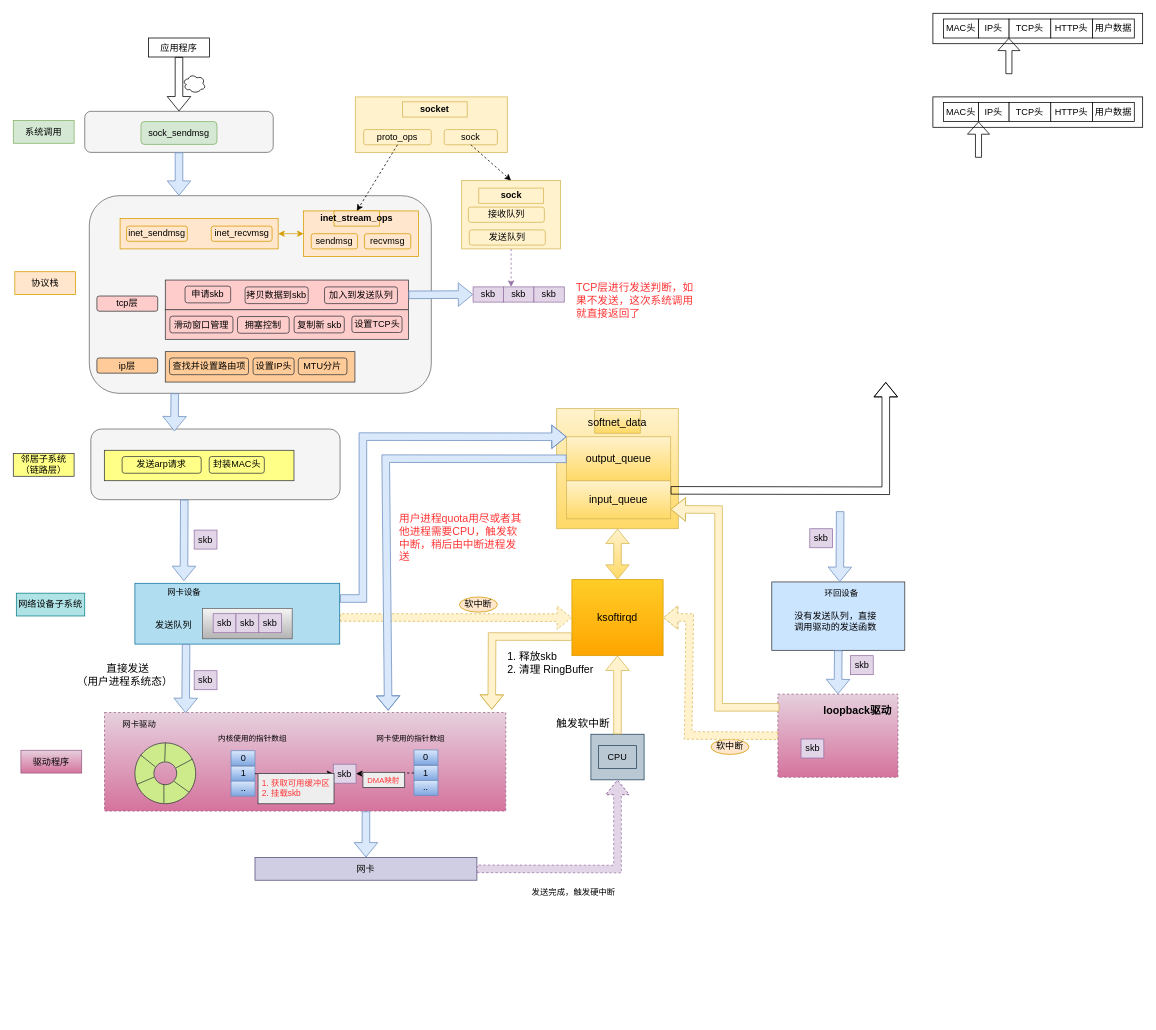
Before: page "网络包发送" (2 of 2) of 图解网络.drawio in JianHao-Chen/UML, a draw.io diagram. Source tidied: cells renumbered, new cells numbered last; positions are measured from the earlier drawing's top-left corner, leaving out a move shared by most shapes. Both pictures are drawn from the tidied source at 76%, with x=0, y=0 at pixel (13, 13).
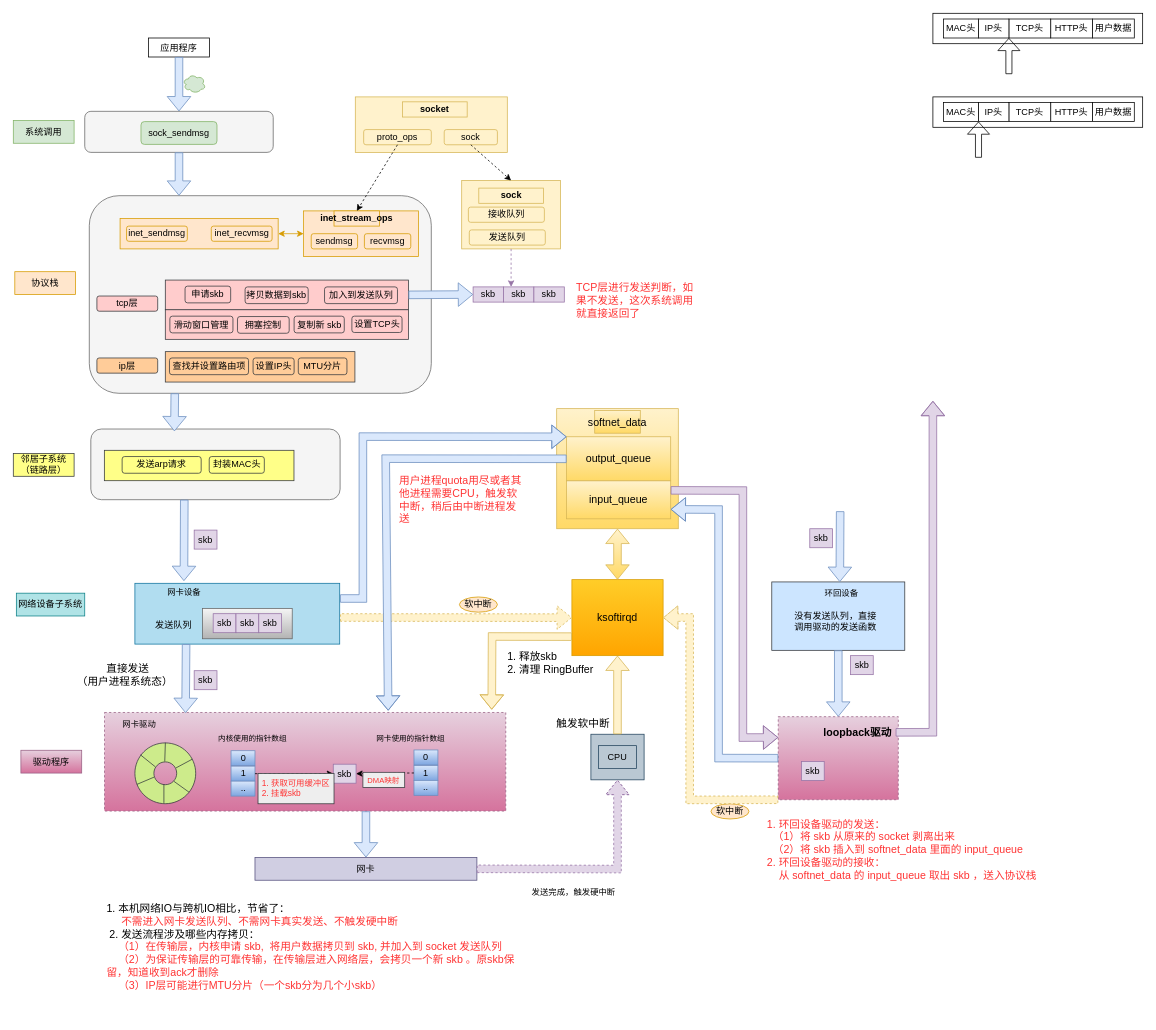
Above is the later version.

Commit message:
更新图解网络.drawio

The change refers to these unchanged cells:
```xml
<mxCell id="6" style="rounded=1;whiteSpace=wrap;html=1;fontSize=14;fillColor=#f5f5f5;fontColor=#333333;strokeColor=#666666;" parent="1" vertex="1">
  <mxGeometry x="94" y="129" width="248" height="54" as="geometry" />
</mxCell>
<mxCell id="12" value="&lt;font style=&quot;font-size: 12px;&quot;&gt;应用程序&lt;/font&gt;" style="rounded=0;whiteSpace=wrap;html=1;strokeWidth=1;fontSize=14;" parent="1" vertex="1">
  <mxGeometry x="178" y="32.5" width="80" height="25" as="geometry" />
</mxCell>
<mxCell id="76" value="&lt;font style=&quot;font-size: 14px;&quot;&gt;ksoftirqd&lt;/font&gt;" style="rounded=0;whiteSpace=wrap;html=1;strokeWidth=1;fontSize=12;fillColor=#ffcd28;strokeColor=#d79b00;gradientColor=#ffa500;" parent="1" vertex="1">
  <mxGeometry x="735" y="745.2" width="120" height="100" as="geometry" />
</mxCell>
<mxCell id="104" value="&lt;font style=&quot;font-size: 14px;&quot;&gt;input_queue&lt;/font&gt;" style="rounded=0;whiteSpace=wrap;html=1;strokeWidth=1;fontSize=12;fillColor=#fff2cc;gradientColor=#ffd966;strokeColor=#d6b656;" parent="1" vertex="1">
  <mxGeometry x="728" y="615.2" width="137" height="50" as="geometry" />
</mxCell>
```

The edit, as a diff of the source:
```diff
@@
     <mxCell id="8" style="rounded=0;whiteSpace=wrap;html=1;strokeWidth=1;fontSize=11;dashed=1;fillColor=#e6d0de;strokeColor=#996185;gradientColor=#d5739d;" parent="1" vertex="1">
-      <mxGeometry x="1006" y="895.9" width="158" height="109.3" as="geometry" />
+      <mxGeometry x="1006.5" y="925.5" width="158" height="109.3" as="geometry" />
     </mxCell>
@@
-    <mxCell id="13" style="ellipse;shape=cloud;whiteSpace=wrap;html=1;strokeWidth=1;fontSize=12;" parent="1" vertex="1">
+    <mxCell id="13" style="ellipse;shape=cloud;whiteSpace=wrap;html=1;strokeWidth=1;fontSize=12;fillColor=#d5e8d4;strokeColor=#82b366;" parent="1" vertex="1">
       <mxGeometry x="223" y="80" width="30" height="25" as="geometry" />
     </mxCell>
@@
     <mxCell id="105" value="skb" style="rounded=0;whiteSpace=wrap;html=1;strokeWidth=1;fontSize=12;fillColor=#e1d5e7;strokeColor=#9673a6;" parent="1" vertex="1">
-      <mxGeometry x="1036.5" y="954.9" width="30" height="25" as="geometry" />
+      <mxGeometry x="1037" y="984.5" width="30" height="25" as="geometry" />
     </mxCell>
     <mxCell id="106" value="&lt;b&gt;&lt;font style=&quot;font-size: 14px;&quot;&gt;loopback驱动&lt;/font&gt;&lt;/b&gt;" style="text;html=1;strokeColor=none;fillColor=none;align=center;verticalAlign=middle;whiteSpace=wrap;rounded=0;" parent="1" vertex="1">
-      <mxGeometry x="1060.5" y="901.6" width="100" height="30" as="geometry" />
+      <mxGeometry x="1061" y="931.1" width="100" height="30" as="geometry" />
     </mxCell>
@@
     <mxCell id="109" value="软中断" style="ellipse;whiteSpace=wrap;html=1;strokeWidth=1;fontSize=12;fillColor=#ffe6cc;strokeColor=#d79b00;" parent="1" vertex="1">
-      <mxGeometry x="918" y="955.2" width="50" height="20" as="geometry" />
+      <mxGeometry x="918" y="1040.1" width="50" height="20" as="geometry" />
     </mxCell>
@@
-    <mxCell id="120" style="shape=flexArrow;endArrow=classic;html=1;rounded=0;fontSize=14;entryX=1;entryY=0.75;entryDx=0;entryDy=0;fillColor=#fff2cc;strokeColor=#d6b656;" parent="1" edge="1" target="104">
+    <mxCell id="120" style="shape=flexArrow;endArrow=classic;html=1;rounded=0;fontSize=14;entryX=1;entryY=0.75;entryDx=0;entryDy=0;fillColor=#dae8fc;strokeColor=#6c8ebf;exitX=0;exitY=0.5;exitDx=0;exitDy=0;" parent="1" edge="1" source="8" target="104">
       <mxGeometry relative="1" as="geometry">
-        <mxPoint x="1008" y="913.2" as="sourcePoint" />
         <Array as="points">
-          <mxPoint x="928" y="913.2" />
+          <mxPoint x="928" y="980" />
           <mxPoint x="928" y="653" />
         </Array>
       </mxGeometry>
     </mxCell>
-    <mxCell id="121" style="shape=flexArrow;endArrow=classic;html=1;rounded=0;fontSize=14;exitX=0;exitY=0.5;exitDx=0;exitDy=0;entryX=1;entryY=0.5;entryDx=0;entryDy=0;dashed=1;fillColor=#fff2cc;strokeColor=#d6b656;" parent="1" edge="1" source="8" target="76">
+    <mxCell id="121" style="shape=flexArrow;endArrow=classic;html=1;rounded=0;fontSize=14;exitX=0;exitY=1;exitDx=0;exitDy=0;entryX=1;entryY=0.5;entryDx=0;entryDy=0;dashed=1;fillColor=#fff2cc;strokeColor=#d6b656;" parent="1" edge="1" source="8" target="76">
       <mxGeometry relative="1" as="geometry">
         <Array as="points">
-          <mxPoint x="888" y="950.2" />
+          <mxPoint x="890" y="1035" />
           <mxPoint x="890" y="795" />
         </Array>
       </mxGeometry>
     </mxCell>
@@
-    <mxCell id="124" style="shape=flexArrow;endArrow=classic;html=1;rounded=0;fontSize=14;exitX=1;exitY=0.25;exitDx=0;exitDy=0;" parent="1" edge="1" source="104">
+    <mxCell id="124" style="shape=flexArrow;endArrow=classic;html=1;rounded=0;fontSize=14;exitX=1;exitY=0.25;exitDx=0;exitDy=0;entryX=0;entryY=0.25;entryDx=0;entryDy=0;fillColor=#e1d5e7;strokeColor=#9673a6;" parent="1" edge="1" source="104" target="8">
       <mxGeometry relative="1" as="geometry">
-        <mxPoint x="1148" y="485.2" as="targetPoint" />
         <Array as="points">
-          <mxPoint x="1148" y="628.2" />
+          <mxPoint x="960" y="628" />
+          <mxPoint x="960" y="953" />
         </Array>
       </mxGeometry>
     </mxCell>
@@
-    <mxCell id="132" style="shape=flexArrow;endArrow=classic;html=1;rounded=0;fontSize=14;exitX=0.5;exitY=1;exitDx=0;exitDy=0;entryX=0.5;entryY=0;entryDx=0;entryDy=0;" parent="1" edge="1" source="12" target="6">
+    <mxCell id="132" style="shape=flexArrow;endArrow=classic;html=1;rounded=0;fontSize=14;exitX=0.5;exitY=1;exitDx=0;exitDy=0;entryX=0.5;entryY=0;entryDx=0;entryDy=0;fillColor=#dae8fc;strokeColor=#6c8ebf;" parent="1" edge="1" source="12" target="6">
       <mxGeometry relative="1" as="geometry" />
     </mxCell>
@@
     <mxCell id="137" value="&lt;div style=&quot;&quot;&gt;&lt;font color=&quot;#ff3333&quot;&gt;用户进程quota用尽或者其他进程需要CPU，触发软中断，稍后由中断进程发送&lt;/font&gt;&lt;/div&gt;" style="text;html=1;strokeColor=none;fillColor=none;align=left;verticalAlign=middle;whiteSpace=wrap;rounded=0;fontSize=14;" parent="1" vertex="1">
-      <mxGeometry x="505.5" y="665.2" width="168" height="50" as="geometry" />
+      <mxGeometry x="505.5" y="615" width="168" height="50" as="geometry" />
     </mxCell>
@@
+    <mxCell id="141" style="shape=flexArrow;endArrow=classic;html=1;rounded=0;fontFamily=Helvetica;fontSize=14;fontColor=#FF3333;exitX=1;exitY=0.5;exitDx=0;exitDy=0;fillColor=#e1d5e7;strokeColor=#9673a6;" parent="1" edge="1" source="106">
+      <mxGeometry relative="1" as="geometry">
+        <mxPoint x="1210" y="510" as="targetPoint" />
+        <Array as="points">
+          <mxPoint x="1210" y="946" />
+        </Array>
+      </mxGeometry>
+    </mxCell>
+    <mxCell id="142" value="&lt;div style=&quot;&quot;&gt;&lt;span style=&quot;color: rgb(255, 51, 51); background-color: initial;&quot;&gt;1. 环回设备驱动的发送：&lt;/span&gt;&lt;br&gt;&lt;/div&gt;&lt;div style=&quot;&quot;&gt;&lt;font color=&quot;#ff3333&quot;&gt;&amp;nbsp; （1）将 skb 从原来的 socket 剥离出来&lt;br&gt;&amp;nbsp; （2）将 skb 插入到 softnet_data 里面的 input_queue&lt;br&gt;2. 环回设备驱动的接收：&lt;br&gt;&amp;nbsp; &amp;nbsp; 从 softnet_data 的 input_queue 取出 skb ，送入协议栈&lt;br&gt;&lt;/font&gt;&lt;/div&gt;" style="text;html=1;strokeColor=none;fillColor=none;align=left;verticalAlign=middle;whiteSpace=wrap;rounded=0;fontSize=14;" parent="1" vertex="1">
+      <mxGeometry x="990" y="1050.3" width="367" height="99.7" as="geometry" />
+    </mxCell>
+    <mxCell id="143" value="&lt;div style=&quot;&quot;&gt;&lt;font color=&quot;#000000&quot;&gt;&lt;span style=&quot;background-color: initial;&quot;&gt;1.&amp;nbsp;&lt;/span&gt;&lt;span style=&quot;background-color: initial;&quot;&gt;本机网络IO与跨机IO相比，节省了：&lt;/span&gt;&lt;/font&gt;&lt;/div&gt;&lt;div style=&quot;&quot;&gt;&lt;span style=&quot;background-color: initial;&quot;&gt;&amp;nbsp; &amp;nbsp; &amp;nbsp;不需进入网卡发送队列、不需网卡真实发送、不触发硬中断&lt;/span&gt;&lt;/div&gt;&lt;div style=&quot;&quot;&gt;&lt;span style=&quot;background-color: initial;&quot;&gt;&amp;nbsp;&lt;font color=&quot;#000000&quot;&gt;2. 发送流程涉及哪些内存拷贝：&lt;/font&gt;&lt;/span&gt;&lt;/div&gt;&lt;div style=&quot;&quot;&gt;&lt;span style=&quot;background-color: initial;&quot;&gt;&amp;nbsp; &amp;nbsp; （1）在传输层，内核申请 skb,&amp;nbsp; 将用户数据拷贝到 skb, 并加入到 socket 发送队列&lt;/span&gt;&lt;/div&gt;&lt;div style=&quot;&quot;&gt;&lt;span style=&quot;background-color: initial;&quot;&gt;&amp;nbsp; &amp;nbsp; （2）为保证传输层的可靠传输，在传输层进入网络层，会拷贝一个新 skb 。原skb保留，知道收到ack才删除&lt;/span&gt;&lt;/div&gt;&lt;div style=&quot;&quot;&gt;&lt;span style=&quot;background-color: initial;&quot;&gt;&amp;nbsp; &amp;nbsp; （3）IP层可能进行MTU分片（一个skb分为几个小skb）&lt;/span&gt;&lt;/div&gt;&lt;div style=&quot;&quot;&gt;&lt;span style=&quot;background-color: initial;&quot;&gt;&lt;br&gt;&lt;/span&gt;&lt;/div&gt;&lt;div style=&quot;&quot;&gt;&lt;span style=&quot;background-color: initial;&quot;&gt;&lt;br&gt;&lt;/span&gt;&lt;/div&gt;" style="text;html=1;strokeColor=none;fillColor=none;align=left;verticalAlign=middle;whiteSpace=wrap;rounded=0;fontFamily=Helvetica;fontSize=14;fontColor=#FF3333;" parent="1" vertex="1">
+      <mxGeometry x="121" y="1230" width="539" height="30" as="geometry" />
+    </mxCell>
```
